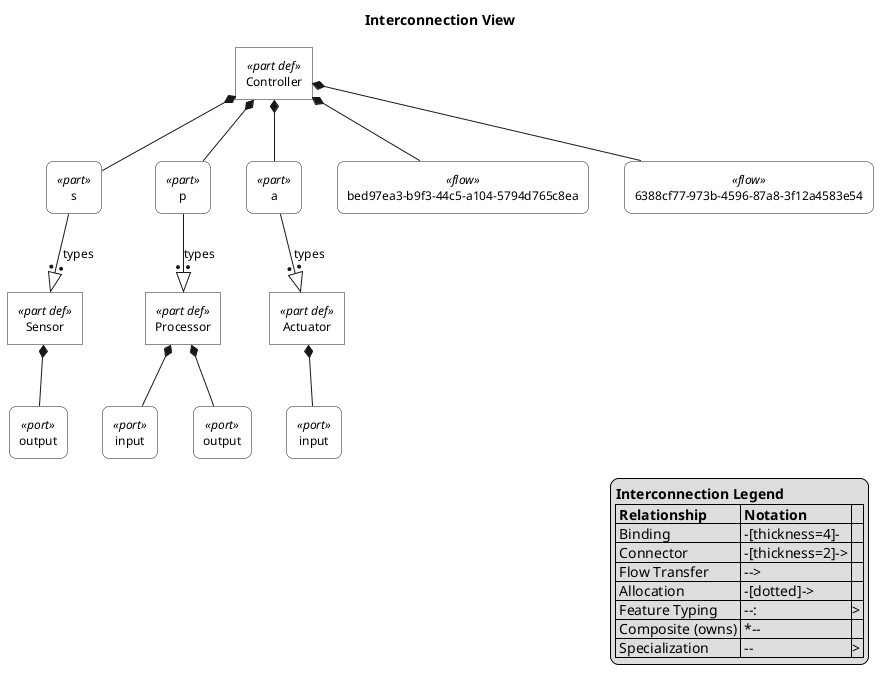
The PlantUML diagram plantuml-examples/06-interconnection.png in mycr0ft/sysmlpy, before a commit.
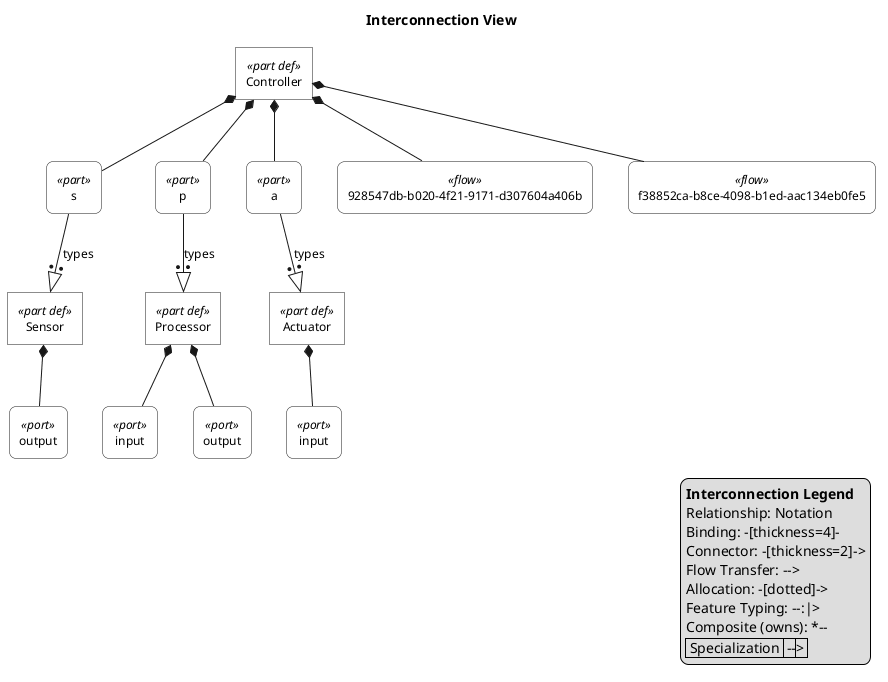
After the change.

The edit, as a diff of the source:
```diff
@@ -79,8 +79,8 @@
 rectangle "s" as E9 <<part>>
 rectangle "p" as E10 <<part>>
 rectangle "a" as E11 <<part>>
-rectangle "bed97ea3-b9f3-44c5-a104-5794d765c8ea" as E12 <<flow>>
-rectangle "6388cf77-973b-4596-87a8-3f12a4583e54" as E13 <<flow>>
+rectangle "928547db-b020-4f21-9171-d307604a406b" as E12 <<flow>>
+rectangle "f38852ca-b8ce-4098-b1ed-aac134eb0fe5" as E13 <<flow>>
 
 E1 *-- E2
 E3 *-- E4
@@ -98,13 +98,13 @@
 
 legend right
   <b>Interconnection Legend</b>
-  |= Relationship |= Notation |
-  | Binding | -[thickness=4]- |
-  | Connector | -[thickness=2]-> |
-  | Flow Transfer | --> |
-  | Allocation | -[dotted]-> |
-  | Feature Typing | --:|> |
-  | Composite (owns) | *-- |
+  Relationship: Notation
+  Binding: -[thickness=4]-
+  Connector: -[thickness=2]->
+  Flow Transfer: -->
+  Allocation: -[dotted]->
+  Feature Typing: --:|>
+  Composite (owns): *--
   | Specialization | --|> |
 endlegend
 
```
